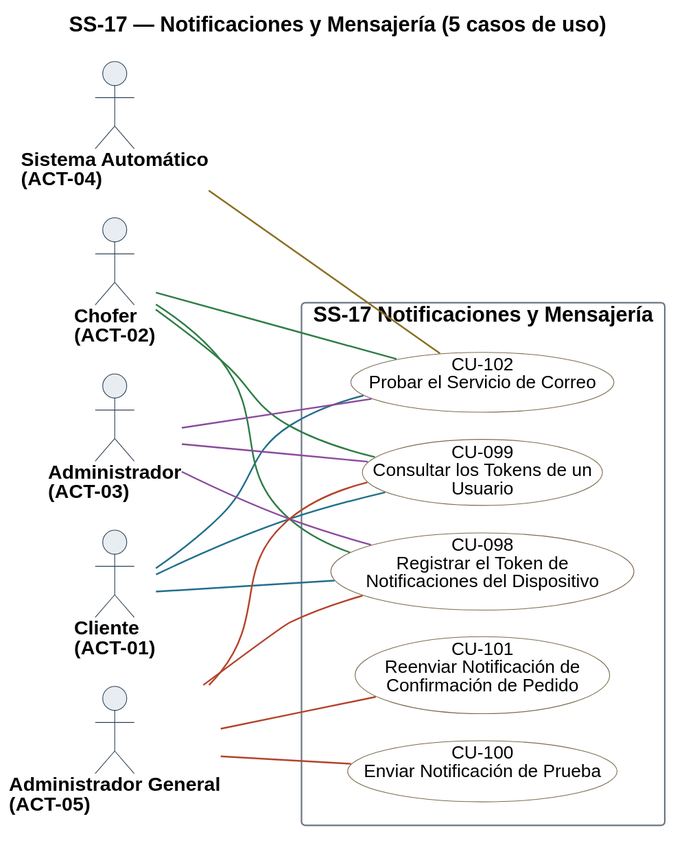
This is diagramas/uml/CU_SS-17_Notificaciones-Y-Mensajeria.svg from Nahuelito-Dev/splg-docs, a PlantUML export, as it was before one commit.
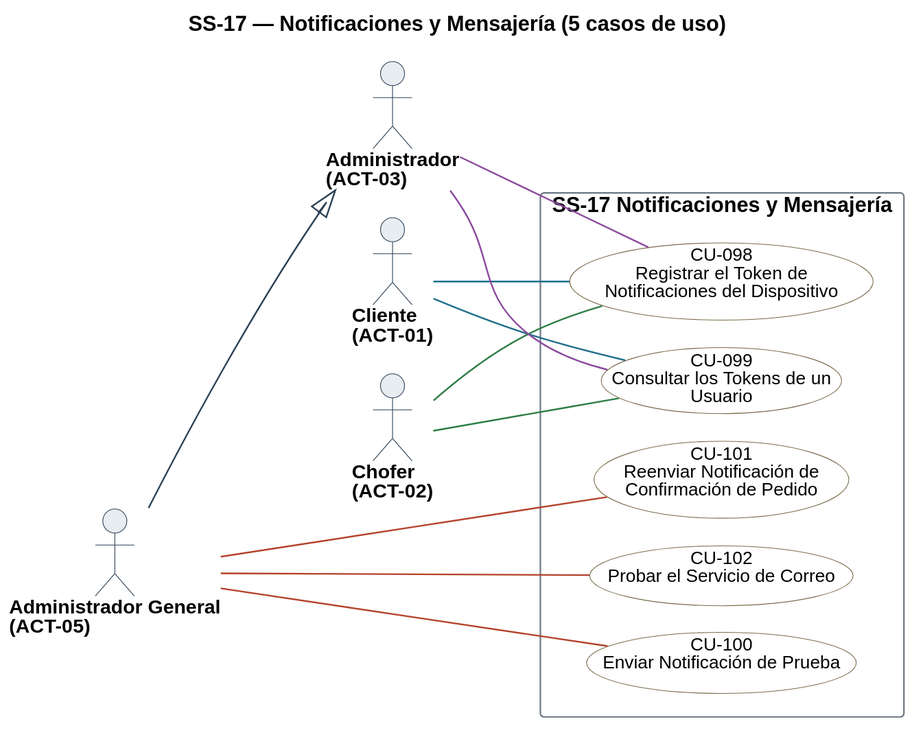
The same diagram one commit later.

The edit, as a diff of the source:
```diff
@@ -28,8 +28,8 @@
 skinparam nodesep 18
 skinparam ranksep 70
 skinparam usecase {
-  BorderColor<<pendiente>> #9C4436
-  BackgroundColor<<pendiente>> #F6E4E1
+  BorderColor<<planificado>> #9C4436
+  BackgroundColor<<planificado>> #F6E4E1
   BorderColor<<factorizado>> #6B7683
   BackgroundColor<<factorizado>> #F2F4F6
 }
@@ -37,7 +37,6 @@
 actor "Cliente\n(ACT-01)" as A01
 actor "Chofer\n(ACT-02)" as A02
 actor "Administrador\n(ACT-03)" as A03
-actor "Sistema Automático\n(ACT-04)" as A04
 actor "Administrador General\n(ACT-05)" as A05
 
 rectangle "SS-17 Notificaciones y Mensajería" {
@@ -50,16 +49,12 @@
 
 A01 -[#1F6F8B]- U098
 A01 -[#1F6F8B]- U099
-A01 -[#1F6F8B]- U102
 A02 -[#2E7D46]- U098
 A02 -[#2E7D46]- U099
-A02 -[#2E7D46]- U102
 A03 -[#8C4A9E]- U098
 A03 -[#8C4A9E]- U099
-A03 -[#8C4A9E]- U102
-A04 -[#8A6D1F]- U102
-A05 -[#B4432B]- U098
-A05 -[#B4432B]- U099
 A05 -[#B4432B]- U100
 A05 -[#B4432B]- U101
+A05 -[#B4432B]- U102
+A05 --|> A03
 @enduml
```
